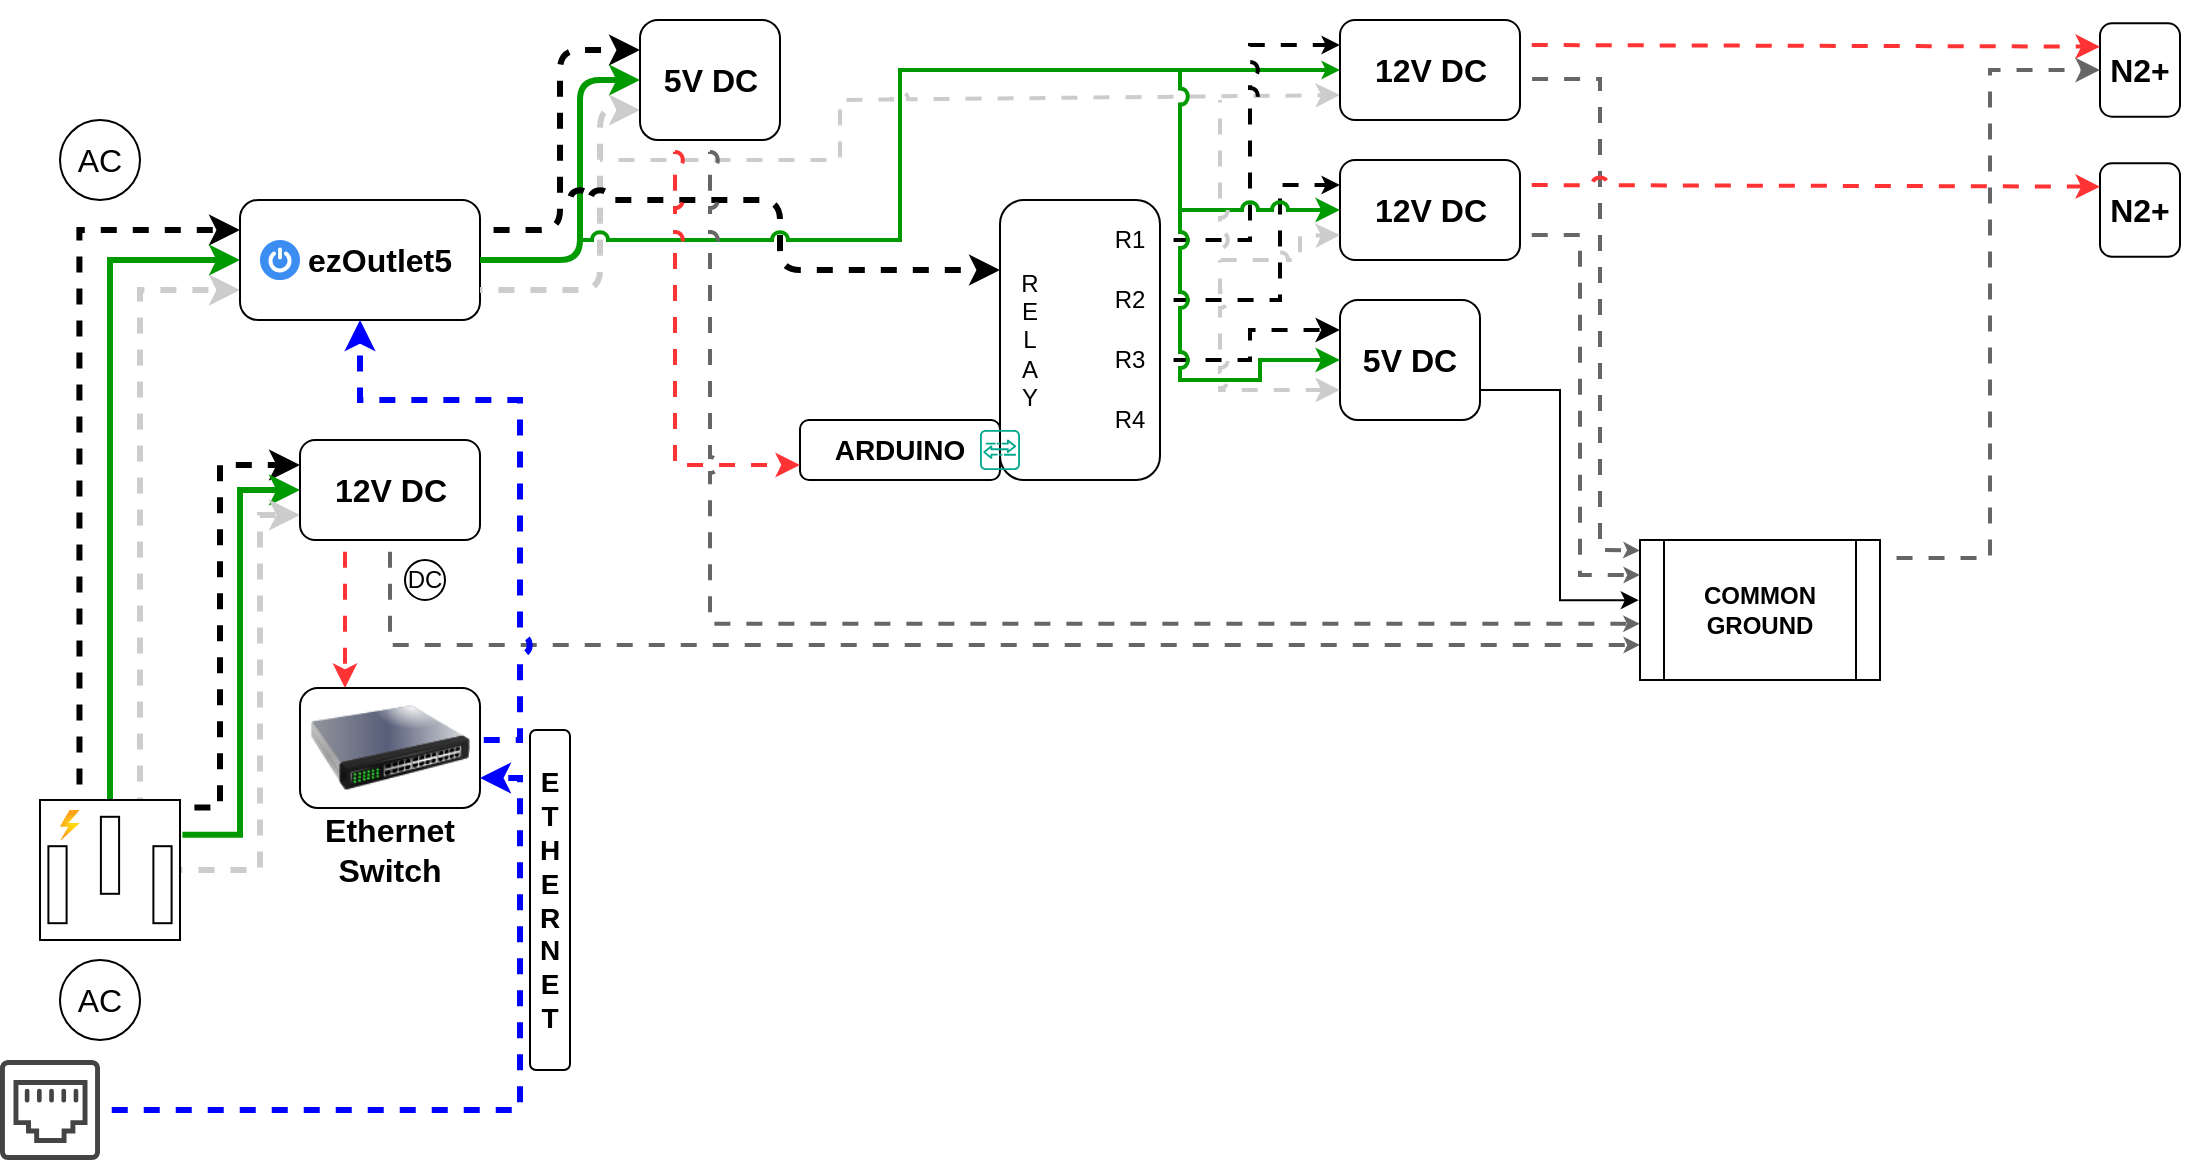
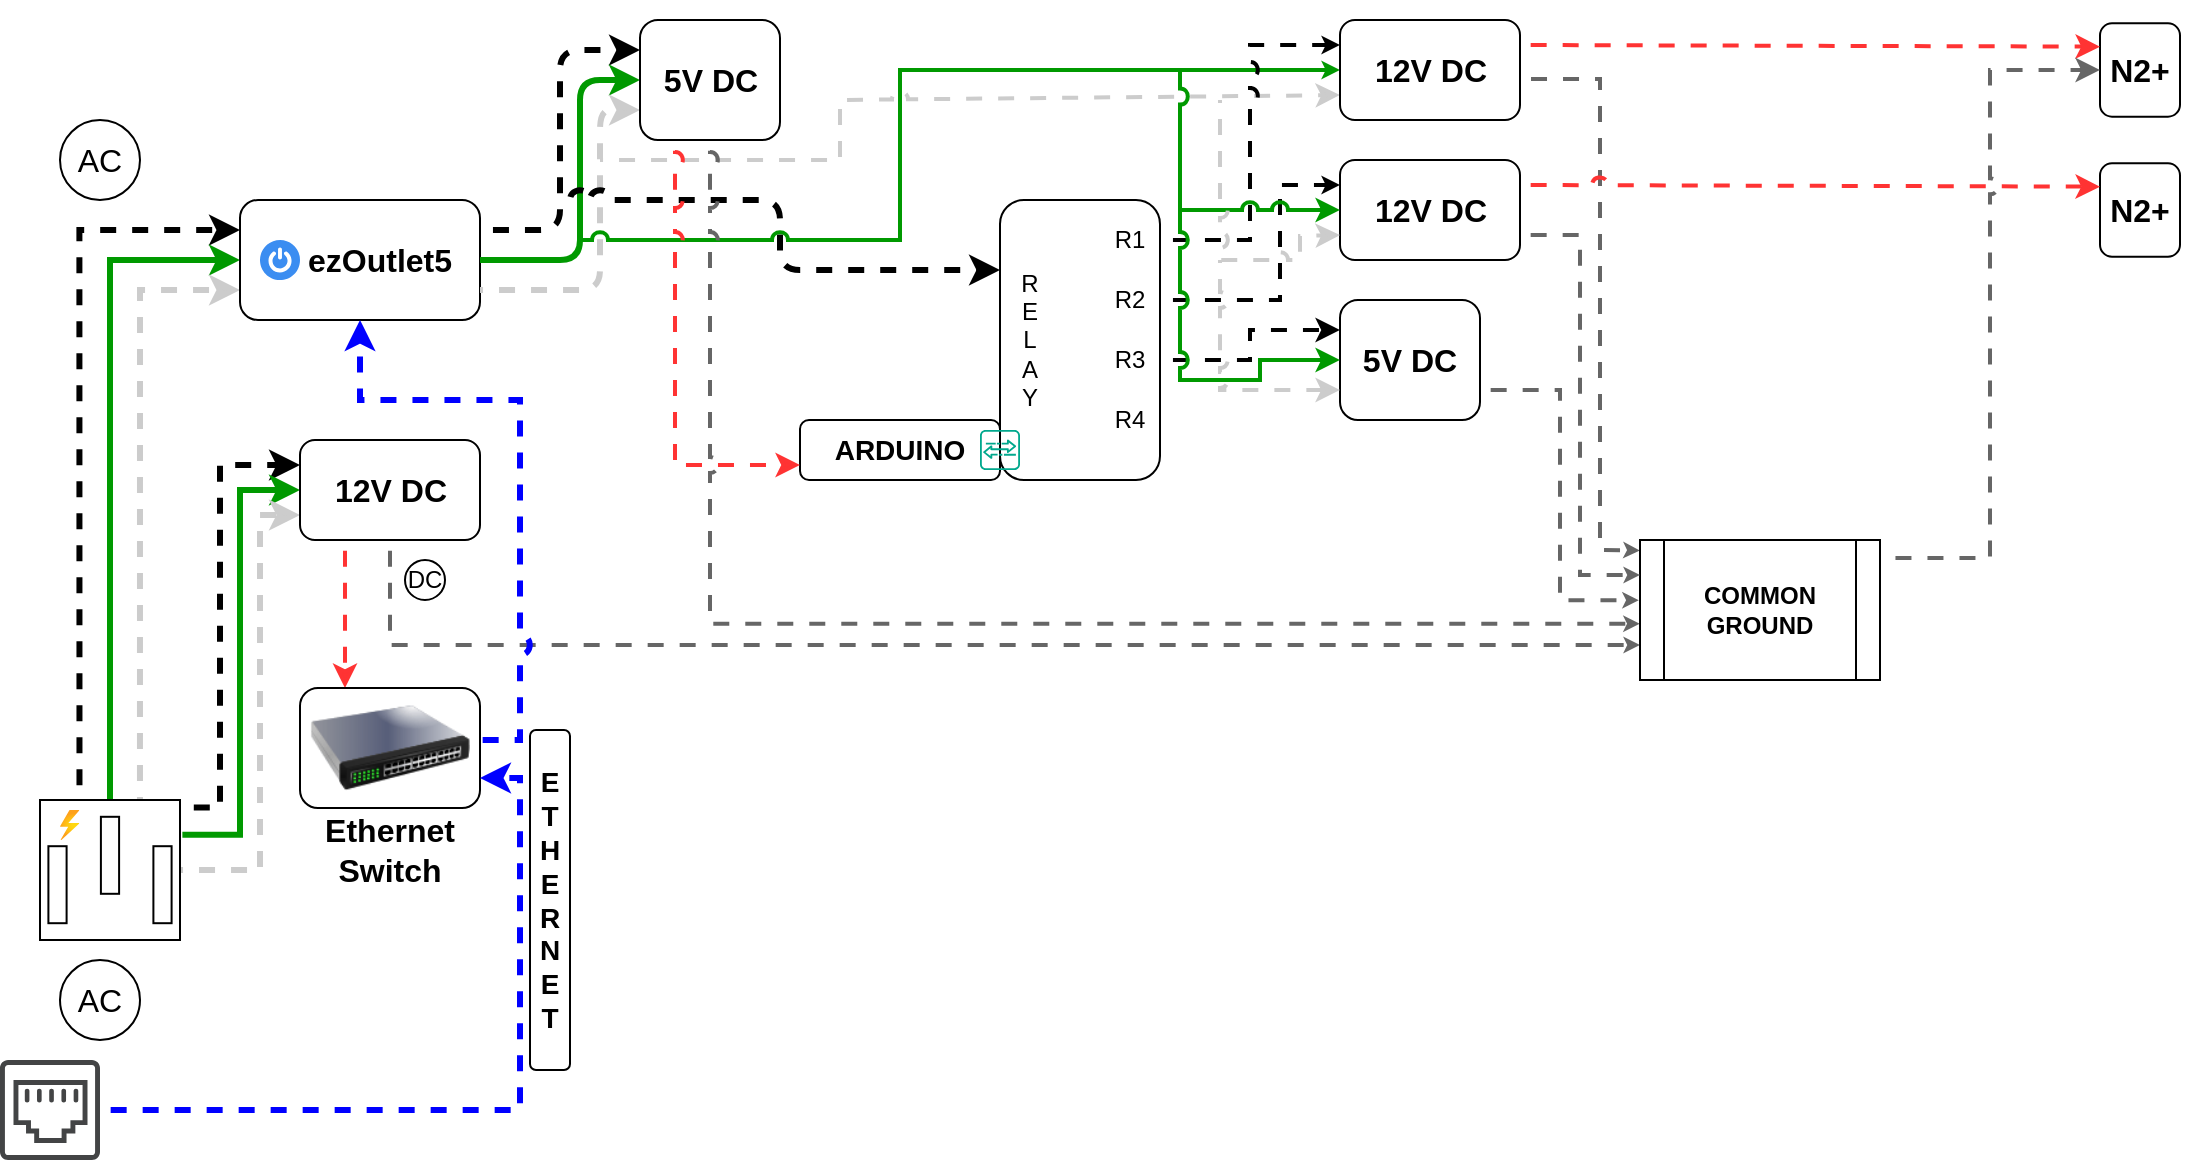
<mxfile host="app.diagrams.net" agent="Mozilla/5.0 (Windows NT 10.0; Win64; x64) AppleWebKit/537.36 (KHTML, like Gecko) Chrome/131.0.0.0 Safari/537.36 Edg/131.0.0.0" version="25.0.3">
  <diagram name="Page-1" id="VlRkN-xOVygPYa-iD9Ir">
    <mxGraphModel dx="1050" dy="658" grid="1" gridSize="10" guides="1" tooltips="1" connect="1" arrows="1" fold="1" page="1" pageScale="1" pageWidth="1600" pageHeight="900" background="none" math="0" shadow="0">
      <root>
        <mxCell id="0" />
        <mxCell id="1" parent="0" />
        <mxCell id="JVLtuT8sySUBbFbLTn6r-3" style="edgeStyle=orthogonalEdgeStyle;rounded=0;orthogonalLoop=1;jettySize=auto;html=1;entryX=0;entryY=0.25;entryDx=0;entryDy=0;exitX=0.282;exitY=-0.013;exitDx=0;exitDy=0;exitPerimeter=0;strokeWidth=3;flowAnimation=1;flowAnimationDirection=alternate;flowAnimationTimingFunction=ease-in-out;flowAnimationDuration=1500;jumpStyle=arc;" parent="1" source="pD8juBFKP1GN8B8eYQTb-1" target="pD8juBFKP1GN8B8eYQTb-3" edge="1">
          <mxGeometry relative="1" as="geometry" />
        </mxCell>
        <mxCell id="JVLtuT8sySUBbFbLTn6r-4" style="edgeStyle=orthogonalEdgeStyle;rounded=0;orthogonalLoop=1;jettySize=auto;html=1;exitX=0.5;exitY=0;exitDx=0;exitDy=0;exitPerimeter=0;entryX=0;entryY=0.5;entryDx=0;entryDy=0;strokeColor=#009900;strokeWidth=3;jumpStyle=arc;" parent="1" source="pD8juBFKP1GN8B8eYQTb-1" target="pD8juBFKP1GN8B8eYQTb-3" edge="1">
          <mxGeometry relative="1" as="geometry" />
        </mxCell>
        <mxCell id="JVLtuT8sySUBbFbLTn6r-5" style="edgeStyle=orthogonalEdgeStyle;rounded=0;orthogonalLoop=1;jettySize=auto;html=1;entryX=0;entryY=0.75;entryDx=0;entryDy=0;exitX=0.714;exitY=0;exitDx=0;exitDy=0;exitPerimeter=0;strokeWidth=3;strokeColor=#CCCCCC;flowAnimation=1;flowAnimationDirection=alternate-reverse;flowAnimationTimingFunction=ease-in-out;flowAnimationDuration=1500;jumpStyle=arc;" parent="1" source="pD8juBFKP1GN8B8eYQTb-1" target="pD8juBFKP1GN8B8eYQTb-3" edge="1">
          <mxGeometry relative="1" as="geometry">
            <mxPoint x="120" y="320" as="targetPoint" />
          </mxGeometry>
        </mxCell>
        <mxCell id="JVLtuT8sySUBbFbLTn6r-6" style="edgeStyle=orthogonalEdgeStyle;rounded=0;orthogonalLoop=1;jettySize=auto;html=1;entryX=0;entryY=0.25;entryDx=0;entryDy=0;exitX=1.006;exitY=0.054;exitDx=0;exitDy=0;exitPerimeter=0;strokeWidth=3;flowAnimation=1;flowAnimationDirection=alternate;flowAnimationTimingFunction=ease-in-out;flowAnimationDuration=1500;jumpStyle=arc;" parent="1" source="pD8juBFKP1GN8B8eYQTb-1" target="pD8juBFKP1GN8B8eYQTb-24" edge="1">
          <mxGeometry relative="1" as="geometry">
            <Array as="points">
              <mxPoint x="120" y="404" />
              <mxPoint x="120" y="233" />
            </Array>
          </mxGeometry>
        </mxCell>
        <mxCell id="JVLtuT8sySUBbFbLTn6r-7" style="edgeStyle=orthogonalEdgeStyle;rounded=0;orthogonalLoop=1;jettySize=auto;html=1;entryX=0;entryY=0.5;entryDx=0;entryDy=0;exitX=1.017;exitY=0.249;exitDx=0;exitDy=0;exitPerimeter=0;strokeWidth=3;strokeColor=#009900;jumpStyle=arc;" parent="1" source="pD8juBFKP1GN8B8eYQTb-1" target="pD8juBFKP1GN8B8eYQTb-24" edge="1">
          <mxGeometry relative="1" as="geometry" />
        </mxCell>
        <mxCell id="JVLtuT8sySUBbFbLTn6r-8" style="edgeStyle=orthogonalEdgeStyle;rounded=0;orthogonalLoop=1;jettySize=auto;html=1;entryX=0;entryY=0.75;entryDx=0;entryDy=0;strokeColor=#CCCCCC;strokeWidth=3;flowAnimation=1;flowAnimationDirection=alternate-reverse;flowAnimationTimingFunction=ease-in-out;flowAnimationDuration=1500;jumpStyle=arc;" parent="1" source="pD8juBFKP1GN8B8eYQTb-1" target="pD8juBFKP1GN8B8eYQTb-24" edge="1">
          <mxGeometry relative="1" as="geometry">
            <Array as="points">
              <mxPoint x="140" y="435" />
              <mxPoint x="140" y="258" />
            </Array>
          </mxGeometry>
        </mxCell>
        <mxCell id="JVLtuT8sySUBbFbLTn6r-1" value="" style="group" parent="1" vertex="1" connectable="0">
          <mxGeometry x="30" y="480" width="60" height="40" as="geometry" />
        </mxCell>
        <mxCell id="pD8juBFKP1GN8B8eYQTb-22" value="AC" style="text;html=1;align=center;verticalAlign=middle;whiteSpace=wrap;rounded=0;fontSize=16;" parent="JVLtuT8sySUBbFbLTn6r-1" vertex="1">
          <mxGeometry y="5" width="60" height="30" as="geometry" />
        </mxCell>
        <mxCell id="pD8juBFKP1GN8B8eYQTb-23" value="" style="ellipse;whiteSpace=wrap;html=1;fillColor=none;" parent="JVLtuT8sySUBbFbLTn6r-1" vertex="1">
          <mxGeometry x="10" width="40" height="40" as="geometry" />
        </mxCell>
        <mxCell id="JVLtuT8sySUBbFbLTn6r-2" value="" style="group" parent="1" vertex="1" connectable="0">
          <mxGeometry x="30" y="60" width="60" height="40" as="geometry" />
        </mxCell>
        <mxCell id="pD8juBFKP1GN8B8eYQTb-9" value="" style="ellipse;whiteSpace=wrap;html=1;fillColor=none;" parent="JVLtuT8sySUBbFbLTn6r-2" vertex="1">
          <mxGeometry x="10" width="40" height="40" as="geometry" />
        </mxCell>
        <mxCell id="pD8juBFKP1GN8B8eYQTb-11" value="AC" style="text;html=1;align=center;verticalAlign=middle;whiteSpace=wrap;rounded=0;fontSize=16;" parent="JVLtuT8sySUBbFbLTn6r-2" vertex="1">
          <mxGeometry y="5" width="60" height="30" as="geometry" />
        </mxCell>
        <mxCell id="JVLtuT8sySUBbFbLTn6r-9" value="" style="group" parent="1" vertex="1" connectable="0">
          <mxGeometry x="130" y="100" width="120" height="60" as="geometry" />
        </mxCell>
        <mxCell id="JVLtuT8sySUBbFbLTn6r-16" value="" style="group" parent="JVLtuT8sySUBbFbLTn6r-9" vertex="1" connectable="0">
          <mxGeometry width="120" height="60" as="geometry" />
        </mxCell>
        <mxCell id="pD8juBFKP1GN8B8eYQTb-3" value="" style="rounded=1;whiteSpace=wrap;html=1;" parent="JVLtuT8sySUBbFbLTn6r-16" vertex="1">
          <mxGeometry width="120" height="60" as="geometry" />
        </mxCell>
        <mxCell id="JVLtuT8sySUBbFbLTn6r-13" value="" style="sketch=0;html=1;aspect=fixed;strokeColor=none;shadow=0;fillColor=#3B8DF1;verticalAlign=top;labelPosition=center;verticalLabelPosition=bottom;shape=mxgraph.gcp2.a7_power" parent="JVLtuT8sySUBbFbLTn6r-16" vertex="1">
          <mxGeometry x="10" y="20" width="20" height="20" as="geometry" />
        </mxCell>
        <mxCell id="pD8juBFKP1GN8B8eYQTb-15" value="&lt;b&gt;ezOutlet5&lt;/b&gt;" style="text;html=1;align=center;verticalAlign=middle;whiteSpace=wrap;rounded=0;fontSize=16;" parent="JVLtuT8sySUBbFbLTn6r-16" vertex="1">
          <mxGeometry x="40" y="10" width="60" height="40" as="geometry" />
        </mxCell>
        <mxCell id="JVLtuT8sySUBbFbLTn6r-11" value="" style="group" parent="1" vertex="1" connectable="0">
          <mxGeometry x="160" y="220" width="90" height="50" as="geometry" />
        </mxCell>
        <mxCell id="JVLtuT8sySUBbFbLTn6r-72" value="" style="group" parent="JVLtuT8sySUBbFbLTn6r-11" vertex="1" connectable="0">
          <mxGeometry width="90" height="50" as="geometry" />
        </mxCell>
        <mxCell id="pD8juBFKP1GN8B8eYQTb-24" value="" style="rounded=1;whiteSpace=wrap;html=1;" parent="JVLtuT8sySUBbFbLTn6r-72" vertex="1">
          <mxGeometry width="90" height="50" as="geometry" />
        </mxCell>
        <mxCell id="JVLtuT8sySUBbFbLTn6r-10" value="&lt;font style=&quot;font-size: 16px;&quot;&gt;&lt;b&gt;12V DC&lt;/b&gt;&lt;/font&gt;" style="text;html=1;align=center;verticalAlign=middle;whiteSpace=wrap;rounded=0;" parent="JVLtuT8sySUBbFbLTn6r-72" vertex="1">
          <mxGeometry x="15.75" y="10" width="58.5" height="30" as="geometry" />
        </mxCell>
        <mxCell id="JVLtuT8sySUBbFbLTn6r-18" value="" style="group" parent="1" vertex="1" connectable="0">
          <mxGeometry x="30" y="400" width="70" height="70" as="geometry" />
        </mxCell>
        <mxCell id="pD8juBFKP1GN8B8eYQTb-1" value="" style="pointerEvents=1;verticalLabelPosition=bottom;shadow=0;dashed=0;align=center;html=1;verticalAlign=top;shape=mxgraph.electrical.miscellaneous.ac_out" parent="JVLtuT8sySUBbFbLTn6r-18" vertex="1">
          <mxGeometry width="70" height="70" as="geometry" />
        </mxCell>
        <mxCell id="JVLtuT8sySUBbFbLTn6r-12" value="" style="image;aspect=fixed;html=1;points=[];align=center;fontSize=12;image=img/lib/azure2/general/Power.svg;" parent="JVLtuT8sySUBbFbLTn6r-18" vertex="1">
          <mxGeometry x="10" y="5" width="9.72" height="15" as="geometry" />
        </mxCell>
        <mxCell id="JVLtuT8sySUBbFbLTn6r-23" style="edgeStyle=orthogonalEdgeStyle;rounded=0;orthogonalLoop=1;jettySize=auto;html=1;entryX=0.25;entryY=0;entryDx=0;entryDy=0;exitX=0.25;exitY=1;exitDx=0;exitDy=0;strokeColor=#FF3333;strokeWidth=2;flowAnimation=1;jumpStyle=arc;" parent="1" source="pD8juBFKP1GN8B8eYQTb-24" target="JVLtuT8sySUBbFbLTn6r-19" edge="1">
          <mxGeometry relative="1" as="geometry" />
        </mxCell>
        <mxCell id="JVLtuT8sySUBbFbLTn6r-28" value="" style="group" parent="1" vertex="1" connectable="0">
          <mxGeometry x="210" y="280" width="25" height="20" as="geometry" />
        </mxCell>
        <mxCell id="JVLtuT8sySUBbFbLTn6r-26" value="" style="ellipse;whiteSpace=wrap;html=1;aspect=fixed;" parent="JVLtuT8sySUBbFbLTn6r-28" vertex="1">
          <mxGeometry x="2.5" width="20" height="20" as="geometry" />
        </mxCell>
        <mxCell id="JVLtuT8sySUBbFbLTn6r-27" value="&lt;font&gt;DC&lt;/font&gt;" style="text;html=1;align=center;verticalAlign=middle;whiteSpace=wrap;rounded=0;" parent="JVLtuT8sySUBbFbLTn6r-28" vertex="1">
          <mxGeometry y="2.5" width="25" height="15" as="geometry" />
        </mxCell>
        <mxCell id="JVLtuT8sySUBbFbLTn6r-29" style="edgeStyle=orthogonalEdgeStyle;rounded=0;orthogonalLoop=1;jettySize=auto;html=1;exitX=0.5;exitY=1;exitDx=0;exitDy=0;strokeWidth=2;flowAnimation=1;strokeColor=#666666;jumpStyle=arc;entryX=0;entryY=0.75;entryDx=0;entryDy=0;endSize=2;" parent="1" source="pD8juBFKP1GN8B8eYQTb-24" target="0aRQkGjj-KWWZOeJOGup-9" edge="1">
          <mxGeometry relative="1" as="geometry">
            <mxPoint x="810" y="370" as="targetPoint" />
          </mxGeometry>
        </mxCell>
        <mxCell id="JVLtuT8sySUBbFbLTn6r-30" style="edgeStyle=orthogonalEdgeStyle;rounded=0;orthogonalLoop=1;jettySize=auto;html=1;exitX=1;exitY=0.5;exitDx=0;exitDy=0;entryX=0.5;entryY=1;entryDx=0;entryDy=0;strokeColor=#0000FF;strokeWidth=3;flowAnimation=1;jumpStyle=arc;" parent="1" source="JVLtuT8sySUBbFbLTn6r-19" target="pD8juBFKP1GN8B8eYQTb-3" edge="1">
          <mxGeometry relative="1" as="geometry">
            <Array as="points">
              <mxPoint x="270" y="370" />
              <mxPoint x="270" y="200" />
              <mxPoint x="190" y="200" />
            </Array>
          </mxGeometry>
        </mxCell>
        <mxCell id="JVLtuT8sySUBbFbLTn6r-33" value="" style="rounded=1;whiteSpace=wrap;html=1;" parent="1" vertex="1">
          <mxGeometry x="510" y="100" width="80" height="140" as="geometry" />
        </mxCell>
        <mxCell id="JVLtuT8sySUBbFbLTn6r-35" style="edgeStyle=orthogonalEdgeStyle;rounded=1;orthogonalLoop=1;jettySize=auto;html=1;exitX=1;exitY=0.25;exitDx=0;exitDy=0;entryX=0;entryY=0.25;entryDx=0;entryDy=0;curved=0;strokeWidth=3;flowAnimation=1;flowAnimationDirection=alternate;flowAnimationTimingFunction=ease-in-out;flowAnimationDuration=1500;jumpStyle=arc;" parent="1" source="pD8juBFKP1GN8B8eYQTb-3" target="JVLtuT8sySUBbFbLTn6r-34" edge="1">
          <mxGeometry relative="1" as="geometry" />
        </mxCell>
        <mxCell id="JVLtuT8sySUBbFbLTn6r-36" style="edgeStyle=orthogonalEdgeStyle;rounded=1;orthogonalLoop=1;jettySize=auto;html=1;exitX=1;exitY=0.5;exitDx=0;exitDy=0;entryX=0;entryY=0.5;entryDx=0;entryDy=0;curved=0;strokeWidth=3;strokeColor=#009900;jumpStyle=arc;" parent="1" source="pD8juBFKP1GN8B8eYQTb-3" target="JVLtuT8sySUBbFbLTn6r-34" edge="1">
          <mxGeometry relative="1" as="geometry">
            <Array as="points">
              <mxPoint x="300" y="130" />
              <mxPoint x="300" y="40" />
            </Array>
          </mxGeometry>
        </mxCell>
        <mxCell id="JVLtuT8sySUBbFbLTn6r-37" style="edgeStyle=orthogonalEdgeStyle;rounded=1;orthogonalLoop=1;jettySize=auto;html=1;exitX=1;exitY=0.75;exitDx=0;exitDy=0;entryX=0;entryY=0.75;entryDx=0;entryDy=0;curved=0;strokeColor=#CCCCCC;strokeWidth=3;flowAnimation=1;flowAnimationDirection=alternate-reverse;flowAnimationTimingFunction=ease-in-out;flowAnimationDuration=1500;jumpStyle=arc;" parent="1" source="pD8juBFKP1GN8B8eYQTb-3" target="JVLtuT8sySUBbFbLTn6r-34" edge="1">
          <mxGeometry relative="1" as="geometry">
            <Array as="points">
              <mxPoint x="310" y="145" />
              <mxPoint x="310" y="55" />
            </Array>
          </mxGeometry>
        </mxCell>
        <mxCell id="JVLtuT8sySUBbFbLTn6r-40" value="" style="endArrow=classic;html=1;rounded=1;curved=0;entryX=0;entryY=0.25;entryDx=0;entryDy=0;jumpStyle=arc;strokeWidth=3;flowAnimation=1;flowAnimationDirection=alternate;flowAnimationTimingFunction=ease-in-out;flowAnimationDuration=1500;" parent="1" target="JVLtuT8sySUBbFbLTn6r-33" edge="1">
          <mxGeometry width="50" height="50" relative="1" as="geometry">
            <mxPoint x="290" y="100" as="sourcePoint" />
            <mxPoint x="410" y="170" as="targetPoint" />
            <Array as="points">
              <mxPoint x="400" y="100" />
              <mxPoint x="400" y="135" />
            </Array>
          </mxGeometry>
        </mxCell>
        <mxCell id="JVLtuT8sySUBbFbLTn6r-51" value="" style="group" parent="1" vertex="1" connectable="0">
          <mxGeometry x="160" y="344" width="90" height="96" as="geometry" />
        </mxCell>
        <mxCell id="JVLtuT8sySUBbFbLTn6r-21" value="" style="group" parent="JVLtuT8sySUBbFbLTn6r-51" vertex="1" connectable="0">
          <mxGeometry width="90" height="70" as="geometry" />
        </mxCell>
        <mxCell id="JVLtuT8sySUBbFbLTn6r-50" value="" style="group" parent="JVLtuT8sySUBbFbLTn6r-21" vertex="1" connectable="0">
          <mxGeometry width="90" height="70" as="geometry" />
        </mxCell>
        <mxCell id="JVLtuT8sySUBbFbLTn6r-19" value="" style="rounded=1;whiteSpace=wrap;html=1;" parent="JVLtuT8sySUBbFbLTn6r-50" vertex="1">
          <mxGeometry width="90" height="60" as="geometry" />
        </mxCell>
        <mxCell id="JVLtuT8sySUBbFbLTn6r-49" value="" style="image;html=1;image=img/lib/clip_art/networking/Switch_128x128.png" parent="JVLtuT8sySUBbFbLTn6r-50" vertex="1">
          <mxGeometry x="5" y="-10" width="80" height="80" as="geometry" />
        </mxCell>
        <mxCell id="JVLtuT8sySUBbFbLTn6r-20" value="&lt;b&gt;&lt;font style=&quot;font-size: 16px;&quot;&gt;Ethernet&lt;/font&gt;&lt;/b&gt;&lt;div&gt;&lt;b&gt;&lt;font style=&quot;font-size: 16px;&quot;&gt;Switch&lt;/font&gt;&lt;/b&gt;&lt;/div&gt;" style="text;html=1;align=center;verticalAlign=middle;whiteSpace=wrap;rounded=0;" parent="JVLtuT8sySUBbFbLTn6r-51" vertex="1">
          <mxGeometry x="15" y="66" width="60" height="30" as="geometry" />
        </mxCell>
        <mxCell id="JVLtuT8sySUBbFbLTn6r-53" value="" style="group" parent="1" vertex="1" connectable="0">
          <mxGeometry x="330" y="10" width="70" height="60" as="geometry" />
        </mxCell>
        <mxCell id="JVLtuT8sySUBbFbLTn6r-71" value="" style="group" parent="JVLtuT8sySUBbFbLTn6r-53" vertex="1" connectable="0">
          <mxGeometry width="70" height="60" as="geometry" />
        </mxCell>
        <mxCell id="JVLtuT8sySUBbFbLTn6r-34" value="" style="rounded=1;whiteSpace=wrap;html=1;" parent="JVLtuT8sySUBbFbLTn6r-71" vertex="1">
          <mxGeometry width="70" height="60" as="geometry" />
        </mxCell>
        <mxCell id="JVLtuT8sySUBbFbLTn6r-52" value="&lt;font style=&quot;font-size: 16px;&quot;&gt;&lt;b&gt;5&lt;/b&gt;&lt;/font&gt;&lt;b style=&quot;font-size: 16px; background-color: initial;&quot;&gt;V DC&lt;/b&gt;" style="text;html=1;align=center;verticalAlign=middle;whiteSpace=wrap;rounded=0;" parent="JVLtuT8sySUBbFbLTn6r-71" vertex="1">
          <mxGeometry x="5.75" y="15" width="58.5" height="30" as="geometry" />
        </mxCell>
        <mxCell id="JVLtuT8sySUBbFbLTn6r-54" value="" style="endArrow=classic;html=1;rounded=0;entryX=0;entryY=0.5;entryDx=0;entryDy=0;jumpStyle=arc;strokeColor=#009900;strokeWidth=2;endSize=3;" parent="1" target="JVLtuT8sySUBbFbLTn6r-74" edge="1">
          <mxGeometry width="50" height="50" relative="1" as="geometry">
            <mxPoint x="300" y="120" as="sourcePoint" />
            <mxPoint x="350" y="80" as="targetPoint" />
            <Array as="points">
              <mxPoint x="460" y="120" />
              <mxPoint x="460" y="35" />
            </Array>
          </mxGeometry>
        </mxCell>
        <mxCell id="JVLtuT8sySUBbFbLTn6r-55" value="" style="endArrow=classic;html=1;rounded=0;entryX=0;entryY=0.75;entryDx=0;entryDy=0;strokeColor=#CCCCCC;strokeWidth=2;jumpStyle=arc;flowAnimation=1;flowAnimationDirection=alternate-reverse;flowAnimationTimingFunction=ease-in-out;flowAnimationDuration=1500;" parent="1" target="JVLtuT8sySUBbFbLTn6r-74" edge="1">
          <mxGeometry width="50" height="50" relative="1" as="geometry">
            <mxPoint x="310" y="80" as="sourcePoint" />
            <mxPoint x="350" y="140" as="targetPoint" />
            <Array as="points">
              <mxPoint x="430" y="80" />
              <mxPoint x="430" y="50" />
              <mxPoint x="520" y="50" />
            </Array>
          </mxGeometry>
        </mxCell>
        <mxCell id="JVLtuT8sySUBbFbLTn6r-56" value="R&lt;div&gt;E&lt;/div&gt;&lt;div&gt;L&lt;/div&gt;&lt;div&gt;A&lt;/div&gt;&lt;div&gt;Y&lt;/div&gt;" style="text;html=1;align=center;verticalAlign=middle;whiteSpace=wrap;rounded=0;" parent="1" vertex="1">
          <mxGeometry x="510" y="135" width="30" height="70" as="geometry" />
        </mxCell>
        <mxCell id="JVLtuT8sySUBbFbLTn6r-79" style="edgeStyle=orthogonalEdgeStyle;rounded=0;orthogonalLoop=1;jettySize=auto;html=1;exitX=1;exitY=0.5;exitDx=0;exitDy=0;entryX=0;entryY=0.25;entryDx=0;entryDy=0;strokeWidth=2;flowAnimation=1;flowAnimationDirection=alternate;flowAnimationTimingFunction=ease-in-out;flowAnimationDuration=1500;jumpStyle=arc;endSize=3;" parent="1" source="JVLtuT8sySUBbFbLTn6r-57" target="JVLtuT8sySUBbFbLTn6r-74" edge="1">
          <mxGeometry relative="1" as="geometry" />
        </mxCell>
        <mxCell id="JVLtuT8sySUBbFbLTn6r-57" value="R1" style="text;html=1;align=center;verticalAlign=middle;whiteSpace=wrap;rounded=0;" parent="1" vertex="1">
          <mxGeometry x="560" y="105" width="30" height="30" as="geometry" />
        </mxCell>
        <mxCell id="JVLtuT8sySUBbFbLTn6r-80" style="edgeStyle=orthogonalEdgeStyle;rounded=0;orthogonalLoop=1;jettySize=auto;html=1;exitX=1;exitY=0.5;exitDx=0;exitDy=0;entryX=0;entryY=0.25;entryDx=0;entryDy=0;strokeWidth=2;flowAnimation=1;flowAnimationDirection=alternate;flowAnimationTimingFunction=ease-in-out;flowAnimationDuration=1500;endSize=3;jumpStyle=arc;" parent="1" source="JVLtuT8sySUBbFbLTn6r-58" target="JVLtuT8sySUBbFbLTn6r-77" edge="1">
          <mxGeometry relative="1" as="geometry">
            <Array as="points">
              <mxPoint x="650" y="150" />
              <mxPoint x="650" y="93" />
            </Array>
          </mxGeometry>
        </mxCell>
        <mxCell id="JVLtuT8sySUBbFbLTn6r-58" value="R2" style="text;html=1;align=center;verticalAlign=middle;whiteSpace=wrap;rounded=0;" parent="1" vertex="1">
          <mxGeometry x="560" y="135" width="30" height="30" as="geometry" />
        </mxCell>
        <mxCell id="JVLtuT8sySUBbFbLTn6r-81" style="edgeStyle=orthogonalEdgeStyle;rounded=0;orthogonalLoop=1;jettySize=auto;html=1;exitX=1;exitY=0.5;exitDx=0;exitDy=0;entryX=0;entryY=0.25;entryDx=0;entryDy=0;strokeWidth=2;flowAnimation=1;flowAnimationDirection=alternate;flowAnimationTimingFunction=ease-in-out;flowAnimationDuration=1500;jumpStyle=arc;" parent="1" source="JVLtuT8sySUBbFbLTn6r-59" target="JVLtuT8sySUBbFbLTn6r-63" edge="1">
          <mxGeometry relative="1" as="geometry" />
        </mxCell>
        <mxCell id="JVLtuT8sySUBbFbLTn6r-59" value="R3" style="text;html=1;align=center;verticalAlign=middle;whiteSpace=wrap;rounded=0;" parent="1" vertex="1">
          <mxGeometry x="560" y="165" width="30" height="30" as="geometry" />
        </mxCell>
        <mxCell id="JVLtuT8sySUBbFbLTn6r-60" value="R4" style="text;html=1;align=center;verticalAlign=middle;whiteSpace=wrap;rounded=0;" parent="1" vertex="1">
          <mxGeometry x="560" y="195" width="30" height="30" as="geometry" />
        </mxCell>
        <mxCell id="JVLtuT8sySUBbFbLTn6r-67" value="" style="group" parent="1" vertex="1" connectable="0">
          <mxGeometry x="680" y="150" width="70" height="60" as="geometry" />
        </mxCell>
        <mxCell id="JVLtuT8sySUBbFbLTn6r-63" value="" style="rounded=1;whiteSpace=wrap;html=1;" parent="JVLtuT8sySUBbFbLTn6r-67" vertex="1">
          <mxGeometry width="70" height="60" as="geometry" />
        </mxCell>
        <mxCell id="JVLtuT8sySUBbFbLTn6r-62" value="" style="group" parent="JVLtuT8sySUBbFbLTn6r-67" vertex="1" connectable="0">
          <mxGeometry x="5" y="5" width="60" height="50" as="geometry" />
        </mxCell>
        <mxCell id="JVLtuT8sySUBbFbLTn6r-64" value="&lt;font style=&quot;font-size: 16px;&quot;&gt;&lt;b&gt;5&lt;/b&gt;&lt;/font&gt;&lt;b style=&quot;font-size: 16px; background-color: initial;&quot;&gt;V DC&lt;/b&gt;" style="text;html=1;align=center;verticalAlign=middle;whiteSpace=wrap;rounded=0;" parent="JVLtuT8sySUBbFbLTn6r-62" vertex="1">
          <mxGeometry x="4.928571428571428" y="12.5" width="50.14285714285714" height="25" as="geometry" />
        </mxCell>
        <mxCell id="JVLtuT8sySUBbFbLTn6r-73" value="" style="group" parent="1" vertex="1" connectable="0">
          <mxGeometry x="680" y="10" width="90" height="50" as="geometry" />
        </mxCell>
        <mxCell id="JVLtuT8sySUBbFbLTn6r-74" value="" style="rounded=1;whiteSpace=wrap;html=1;" parent="JVLtuT8sySUBbFbLTn6r-73" vertex="1">
          <mxGeometry width="90" height="50" as="geometry" />
        </mxCell>
        <mxCell id="JVLtuT8sySUBbFbLTn6r-75" value="&lt;font style=&quot;font-size: 16px;&quot;&gt;&lt;b&gt;12V DC&lt;/b&gt;&lt;/font&gt;" style="text;html=1;align=center;verticalAlign=middle;whiteSpace=wrap;rounded=0;" parent="JVLtuT8sySUBbFbLTn6r-73" vertex="1">
          <mxGeometry x="15.75" y="10" width="58.5" height="30" as="geometry" />
        </mxCell>
        <mxCell id="JVLtuT8sySUBbFbLTn6r-76" value="" style="group" parent="1" vertex="1" connectable="0">
          <mxGeometry x="680" y="80" width="90" height="50" as="geometry" />
        </mxCell>
        <mxCell id="JVLtuT8sySUBbFbLTn6r-77" value="" style="rounded=1;whiteSpace=wrap;html=1;" parent="JVLtuT8sySUBbFbLTn6r-76" vertex="1">
          <mxGeometry width="90" height="50" as="geometry" />
        </mxCell>
        <mxCell id="JVLtuT8sySUBbFbLTn6r-78" value="&lt;font style=&quot;font-size: 16px;&quot;&gt;&lt;b&gt;12V DC&lt;/b&gt;&lt;/font&gt;" style="text;html=1;align=center;verticalAlign=middle;whiteSpace=wrap;rounded=0;" parent="JVLtuT8sySUBbFbLTn6r-76" vertex="1">
          <mxGeometry x="15.75" y="10" width="58.5" height="30" as="geometry" />
        </mxCell>
        <mxCell id="JVLtuT8sySUBbFbLTn6r-82" value="" style="endArrow=classic;html=1;rounded=0;entryX=0;entryY=0.5;entryDx=0;entryDy=0;jumpStyle=arc;strokeColor=#009900;strokeWidth=2;" parent="1" target="JVLtuT8sySUBbFbLTn6r-77" edge="1">
          <mxGeometry width="50" height="50" relative="1" as="geometry">
            <mxPoint x="600" y="35" as="sourcePoint" />
            <mxPoint x="660" y="105" as="targetPoint" />
            <Array as="points">
              <mxPoint x="600" y="105" />
            </Array>
          </mxGeometry>
        </mxCell>
        <mxCell id="JVLtuT8sySUBbFbLTn6r-83" value="" style="endArrow=classic;html=1;rounded=0;entryX=0;entryY=0.75;entryDx=0;entryDy=0;strokeWidth=2;strokeColor=#CCCCCC;flowAnimation=1;flowAnimationTimingFunction=ease-in-out;flowAnimationDirection=alternate-reverse;jumpStyle=arc;flowAnimationDuration=1500;" parent="1" target="JVLtuT8sySUBbFbLTn6r-77" edge="1">
          <mxGeometry width="50" height="50" relative="1" as="geometry">
            <mxPoint x="620" y="50" as="sourcePoint" />
            <mxPoint x="480" y="40" as="targetPoint" />
            <Array as="points">
              <mxPoint x="620" y="130" />
              <mxPoint x="660" y="130" />
              <mxPoint x="660" y="118" />
            </Array>
          </mxGeometry>
        </mxCell>
        <mxCell id="JVLtuT8sySUBbFbLTn6r-88" value="" style="endArrow=classic;html=1;rounded=0;entryX=0;entryY=0.5;entryDx=0;entryDy=0;strokeColor=#009900;strokeWidth=2;jumpStyle=arc;" parent="1" target="JVLtuT8sySUBbFbLTn6r-63" edge="1">
          <mxGeometry width="50" height="50" relative="1" as="geometry">
            <mxPoint x="600" y="100" as="sourcePoint" />
            <mxPoint x="600" y="140" as="targetPoint" />
            <Array as="points">
              <mxPoint x="600" y="190" />
              <mxPoint x="640" y="190" />
              <mxPoint x="640" y="180" />
            </Array>
          </mxGeometry>
        </mxCell>
        <mxCell id="JVLtuT8sySUBbFbLTn6r-89" value="" style="endArrow=classic;html=1;rounded=0;entryX=0;entryY=0.75;entryDx=0;entryDy=0;strokeWidth=2;strokeColor=#CCCCCC;flowAnimation=1;jumpStyle=arc;flowAnimationTimingFunction=ease-in-out;flowAnimationDirection=alternate-reverse;flowAnimationDuration=1500;" parent="1" target="JVLtuT8sySUBbFbLTn6r-63" edge="1">
          <mxGeometry width="50" height="50" relative="1" as="geometry">
            <mxPoint x="620" y="130" as="sourcePoint" />
            <mxPoint x="600" y="100" as="targetPoint" />
            <Array as="points">
              <mxPoint x="620" y="195" />
            </Array>
          </mxGeometry>
        </mxCell>
        <mxCell id="JVLtuT8sySUBbFbLTn6r-90" value="&lt;b&gt;&lt;font style=&quot;font-size: 14px;&quot;&gt;ARDUINO&lt;/font&gt;&lt;/b&gt;" style="rounded=1;whiteSpace=wrap;html=1;" parent="1" vertex="1">
          <mxGeometry x="410" y="210" width="100" height="30" as="geometry" />
        </mxCell>
        <mxCell id="JVLtuT8sySUBbFbLTn6r-91" style="edgeStyle=orthogonalEdgeStyle;rounded=0;orthogonalLoop=1;jettySize=auto;html=1;exitX=0.25;exitY=1;exitDx=0;exitDy=0;entryX=0;entryY=0.75;entryDx=0;entryDy=0;strokeWidth=2;flowAnimation=1;strokeColor=#FF3333;jumpStyle=arc;" parent="1" source="JVLtuT8sySUBbFbLTn6r-34" target="JVLtuT8sySUBbFbLTn6r-90" edge="1">
          <mxGeometry relative="1" as="geometry" />
        </mxCell>
        <mxCell id="JVLtuT8sySUBbFbLTn6r-92" style="edgeStyle=orthogonalEdgeStyle;rounded=0;orthogonalLoop=1;jettySize=auto;html=1;exitX=0.5;exitY=1;exitDx=0;exitDy=0;entryX=-0.001;entryY=0.598;entryDx=0;entryDy=0;strokeWidth=2;flowAnimation=1;strokeColor=#666666;jumpStyle=arc;endSize=2;entryPerimeter=0;" parent="1" source="JVLtuT8sySUBbFbLTn6r-34" target="0aRQkGjj-KWWZOeJOGup-9" edge="1">
          <mxGeometry relative="1" as="geometry" />
        </mxCell>
        <mxCell id="JVLtuT8sySUBbFbLTn6r-93" value="" style="sketch=0;outlineConnect=0;fontColor=#232F3E;gradientColor=none;fillColor=#01A88D;strokeColor=none;dashed=0;verticalLabelPosition=bottom;verticalAlign=top;align=center;html=1;fontSize=12;fontStyle=0;aspect=fixed;shape=mxgraph.aws4.agent2;" parent="1" vertex="1">
          <mxGeometry x="500" y="215" width="20" height="20" as="geometry" />
        </mxCell>
        <mxCell id="0aRQkGjj-KWWZOeJOGup-1" value="" style="endArrow=classic;html=1;rounded=0;entryX=1;entryY=0.75;entryDx=0;entryDy=0;strokeWidth=3;strokeColor=#0000FF;flowAnimation=1;jumpStyle=arc;" parent="1" source="0aRQkGjj-KWWZOeJOGup-3" target="JVLtuT8sySUBbFbLTn6r-19" edge="1">
          <mxGeometry width="50" height="50" relative="1" as="geometry">
            <mxPoint x="40" y="560" as="sourcePoint" />
            <mxPoint x="560" y="420" as="targetPoint" />
            <Array as="points">
              <mxPoint x="270" y="555" />
              <mxPoint x="270" y="389" />
            </Array>
          </mxGeometry>
        </mxCell>
        <mxCell id="0aRQkGjj-KWWZOeJOGup-2" value="" style="group" parent="1" vertex="1" connectable="0">
          <mxGeometry x="270" y="365" width="30" height="170" as="geometry" />
        </mxCell>
        <mxCell id="JVLtuT8sySUBbFbLTn6r-31" value="" style="rounded=1;whiteSpace=wrap;html=1;" parent="0aRQkGjj-KWWZOeJOGup-2" vertex="1">
          <mxGeometry x="5" width="20" height="170" as="geometry" />
        </mxCell>
        <mxCell id="JVLtuT8sySUBbFbLTn6r-32" value="&lt;b&gt;&lt;font style=&quot;font-size: 14px;&quot;&gt;E&lt;/font&gt;&lt;/b&gt;&lt;div&gt;&lt;b&gt;&lt;font style=&quot;font-size: 14px;&quot;&gt;T&lt;/font&gt;&lt;/b&gt;&lt;/div&gt;&lt;div&gt;&lt;b&gt;&lt;font style=&quot;font-size: 14px;&quot;&gt;H&lt;/font&gt;&lt;/b&gt;&lt;/div&gt;&lt;div&gt;&lt;b&gt;&lt;font style=&quot;font-size: 14px;&quot;&gt;E&lt;/font&gt;&lt;/b&gt;&lt;/div&gt;&lt;div&gt;&lt;b&gt;&lt;font style=&quot;font-size: 14px;&quot;&gt;R&lt;/font&gt;&lt;/b&gt;&lt;/div&gt;&lt;div&gt;&lt;b&gt;&lt;font style=&quot;font-size: 14px;&quot;&gt;N&lt;/font&gt;&lt;/b&gt;&lt;/div&gt;&lt;div&gt;&lt;b&gt;&lt;font style=&quot;font-size: 14px;&quot;&gt;E&lt;/font&gt;&lt;/b&gt;&lt;/div&gt;&lt;div&gt;&lt;b&gt;&lt;font style=&quot;font-size: 14px;&quot;&gt;T&lt;/font&gt;&lt;/b&gt;&lt;/div&gt;" style="text;html=1;align=center;verticalAlign=middle;whiteSpace=wrap;rounded=0;" parent="0aRQkGjj-KWWZOeJOGup-2" vertex="1">
          <mxGeometry y="10" width="30" height="150" as="geometry" />
        </mxCell>
        <mxCell id="0aRQkGjj-KWWZOeJOGup-3" value="" style="sketch=0;pointerEvents=1;shadow=0;dashed=0;html=1;strokeColor=none;fillColor=#434445;aspect=fixed;labelPosition=center;verticalLabelPosition=bottom;verticalAlign=top;align=center;outlineConnect=0;shape=mxgraph.vvd.ethernet_port;" parent="1" vertex="1">
          <mxGeometry x="10" y="530" width="50" height="50" as="geometry" />
        </mxCell>
        <mxCell id="0aRQkGjj-KWWZOeJOGup-6" value="" style="group" parent="1" vertex="1" connectable="0">
          <mxGeometry x="1050" width="60" height="70" as="geometry" />
        </mxCell>
        <mxCell id="0aRQkGjj-KWWZOeJOGup-4" value="" style="rounded=1;whiteSpace=wrap;html=1;" parent="0aRQkGjj-KWWZOeJOGup-6" vertex="1">
          <mxGeometry x="10" y="11.666666666666668" width="40" height="46.66666666666667" as="geometry" />
        </mxCell>
        <mxCell id="0aRQkGjj-KWWZOeJOGup-5" value="&lt;b&gt;&lt;font style=&quot;font-size: 16px;&quot;&gt;N2+&lt;/font&gt;&lt;/b&gt;" style="text;html=1;align=center;verticalAlign=middle;whiteSpace=wrap;rounded=0;" parent="0aRQkGjj-KWWZOeJOGup-6" vertex="1">
          <mxGeometry x="10" y="11.666666666666668" width="40" height="46.66666666666667" as="geometry" />
        </mxCell>
        <mxCell id="0aRQkGjj-KWWZOeJOGup-7" style="edgeStyle=orthogonalEdgeStyle;rounded=0;orthogonalLoop=1;jettySize=auto;html=1;exitX=1;exitY=0.25;exitDx=0;exitDy=0;entryX=0;entryY=0.25;entryDx=0;entryDy=0;strokeWidth=2;jumpStyle=arc;flowAnimation=1;strokeColor=#FF3333;" parent="1" source="JVLtuT8sySUBbFbLTn6r-74" target="0aRQkGjj-KWWZOeJOGup-5" edge="1">
          <mxGeometry relative="1" as="geometry" />
        </mxCell>
        <mxCell id="0aRQkGjj-KWWZOeJOGup-8" style="edgeStyle=orthogonalEdgeStyle;rounded=0;orthogonalLoop=1;jettySize=auto;html=1;exitX=1.002;exitY=0.598;exitDx=0;exitDy=0;entryX=-0.001;entryY=0.075;entryDx=0;entryDy=0;strokeWidth=2;strokeColor=#666666;flowAnimation=1;jumpStyle=arc;endSize=2;exitPerimeter=0;entryPerimeter=0;" parent="1" target="0aRQkGjj-KWWZOeJOGup-9" edge="1">
          <mxGeometry relative="1" as="geometry">
            <mxPoint x="770.1800000000001" y="39.49999999999998" as="sourcePoint" />
            <mxPoint x="830" y="269.99000000000007" as="targetPoint" />
            <Array as="points">
              <mxPoint x="810" y="40" />
              <mxPoint x="810" y="275" />
              <mxPoint x="820" y="275" />
            </Array>
          </mxGeometry>
        </mxCell>
        <mxCell id="0aRQkGjj-KWWZOeJOGup-11" value="" style="group" parent="1" vertex="1" connectable="0">
          <mxGeometry x="830" y="270" width="120" height="70" as="geometry" />
        </mxCell>
        <mxCell id="0aRQkGjj-KWWZOeJOGup-9" value="" style="shape=process;whiteSpace=wrap;html=1;backgroundOutline=1;" parent="0aRQkGjj-KWWZOeJOGup-11" vertex="1">
          <mxGeometry width="120" height="70" as="geometry" />
        </mxCell>
        <mxCell id="0aRQkGjj-KWWZOeJOGup-10" value="&lt;b&gt;COMMON&lt;/b&gt;&lt;div&gt;&lt;b&gt;GROUND&lt;/b&gt;&lt;/div&gt;" style="text;html=1;align=center;verticalAlign=middle;whiteSpace=wrap;rounded=0;" parent="0aRQkGjj-KWWZOeJOGup-11" vertex="1">
          <mxGeometry x="30" y="17.5" width="60" height="35" as="geometry" />
        </mxCell>
        <mxCell id="0aRQkGjj-KWWZOeJOGup-16" style="edgeStyle=orthogonalEdgeStyle;rounded=0;orthogonalLoop=1;jettySize=auto;html=1;exitX=1;exitY=0.75;exitDx=0;exitDy=0;entryX=0;entryY=0.25;entryDx=0;entryDy=0;strokeColor=#666666;flowAnimation=1;strokeWidth=2;endSize=2;" parent="1" source="JVLtuT8sySUBbFbLTn6r-77" target="0aRQkGjj-KWWZOeJOGup-9" edge="1">
          <mxGeometry relative="1" as="geometry" />
        </mxCell>
-         <mxCell id="0aRQkGjj-KWWZOeJOGup-17" style="edgeStyle=orthogonalEdgeStyle;rounded=0;orthogonalLoop=1;jettySize=auto;html=1;exitX=1;exitY=0.75;exitDx=0;exitDy=0;entryX=-0.005;entryY=0.43;entryDx=0;entryDy=0;entryPerimeter=0;" parent="1" source="JVLtuT8sySUBbFbLTn6r-63" target="0aRQkGjj-KWWZOeJOGup-9" edge="1">
+         <mxCell id="0aRQkGjj-KWWZOeJOGup-17" style="edgeStyle=orthogonalEdgeStyle;rounded=0;orthogonalLoop=1;jettySize=auto;html=1;exitX=1;exitY=0.75;exitDx=0;exitDy=0;entryX=-0.005;entryY=0.43;entryDx=0;entryDy=0;entryPerimeter=0;strokeWidth=2;strokeColor=#666666;flowAnimation=1;jumpStyle=arc;endSize=2;" parent="1" source="JVLtuT8sySUBbFbLTn6r-63" target="0aRQkGjj-KWWZOeJOGup-9" edge="1">
          <mxGeometry relative="1" as="geometry" />
        </mxCell>
        <mxCell id="GU7d8YhSs9KX_iTgDBDw-1" value="" style="group" vertex="1" connectable="0" parent="1">
          <mxGeometry x="1050" y="70" width="60" height="70" as="geometry" />
        </mxCell>
        <mxCell id="GU7d8YhSs9KX_iTgDBDw-2" value="" style="rounded=1;whiteSpace=wrap;html=1;" vertex="1" parent="GU7d8YhSs9KX_iTgDBDw-1">
          <mxGeometry x="10" y="11.666666666666668" width="40" height="46.66666666666667" as="geometry" />
        </mxCell>
        <mxCell id="GU7d8YhSs9KX_iTgDBDw-3" value="&lt;b&gt;&lt;font style=&quot;font-size: 16px;&quot;&gt;N2+&lt;/font&gt;&lt;/b&gt;" style="text;html=1;align=center;verticalAlign=middle;whiteSpace=wrap;rounded=0;" vertex="1" parent="GU7d8YhSs9KX_iTgDBDw-1">
          <mxGeometry x="10" y="11.666666666666668" width="40" height="46.66666666666667" as="geometry" />
        </mxCell>
        <mxCell id="GU7d8YhSs9KX_iTgDBDw-5" style="edgeStyle=orthogonalEdgeStyle;rounded=0;orthogonalLoop=1;jettySize=auto;html=1;exitX=1;exitY=0.25;exitDx=0;exitDy=0;entryX=0;entryY=0.25;entryDx=0;entryDy=0;strokeWidth=2;flowAnimation=1;strokeColor=#FF3333;jumpStyle=arc;" edge="1" parent="1" source="JVLtuT8sySUBbFbLTn6r-77" target="GU7d8YhSs9KX_iTgDBDw-3">
          <mxGeometry relative="1" as="geometry" />
        </mxCell>
-         <mxCell id="GU7d8YhSs9KX_iTgDBDw-6" style="edgeStyle=orthogonalEdgeStyle;rounded=0;orthogonalLoop=1;jettySize=auto;html=1;exitX=1.02;exitY=0.129;exitDx=0;exitDy=0;entryX=0;entryY=0.5;entryDx=0;entryDy=0;strokeWidth=2;flowAnimation=1;strokeColor=#666666;exitPerimeter=0;" edge="1" parent="1" source="0aRQkGjj-KWWZOeJOGup-9" target="0aRQkGjj-KWWZOeJOGup-5">
+         <mxCell id="GU7d8YhSs9KX_iTgDBDw-6" style="edgeStyle=orthogonalEdgeStyle;rounded=0;orthogonalLoop=1;jettySize=auto;html=1;exitX=1.02;exitY=0.129;exitDx=0;exitDy=0;entryX=0;entryY=0.5;entryDx=0;entryDy=0;strokeWidth=2;flowAnimation=1;strokeColor=#666666;exitPerimeter=0;jumpStyle=arc;" edge="1" parent="1" source="0aRQkGjj-KWWZOeJOGup-9" target="0aRQkGjj-KWWZOeJOGup-5">
          <mxGeometry relative="1" as="geometry" />
        </mxCell>
      </root>
    </mxGraphModel>
  </diagram>
</mxfile>
